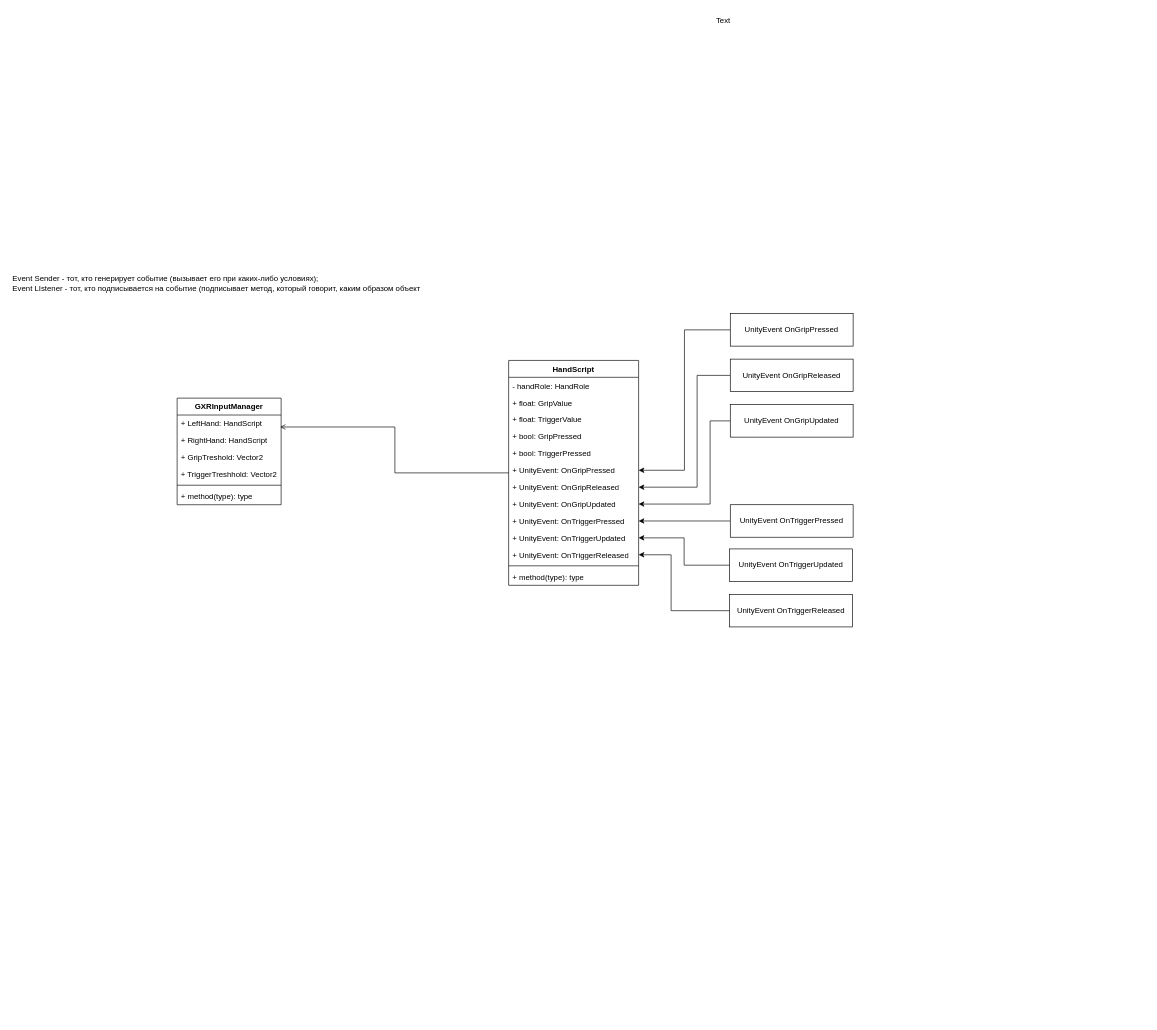
rusvlp/UML keeps this draw.io diagram as diagrams/Snowball.drawio. Above is the earlier version. Source tidied: cells renumbered, new cells numbered last; positions are measured from the earlier drawing's top-left corner, leaving out a move shared by most shapes. Both pictures are drawn from the tidied source at 65%, with x=0, y=0 at pixel (11, 11).
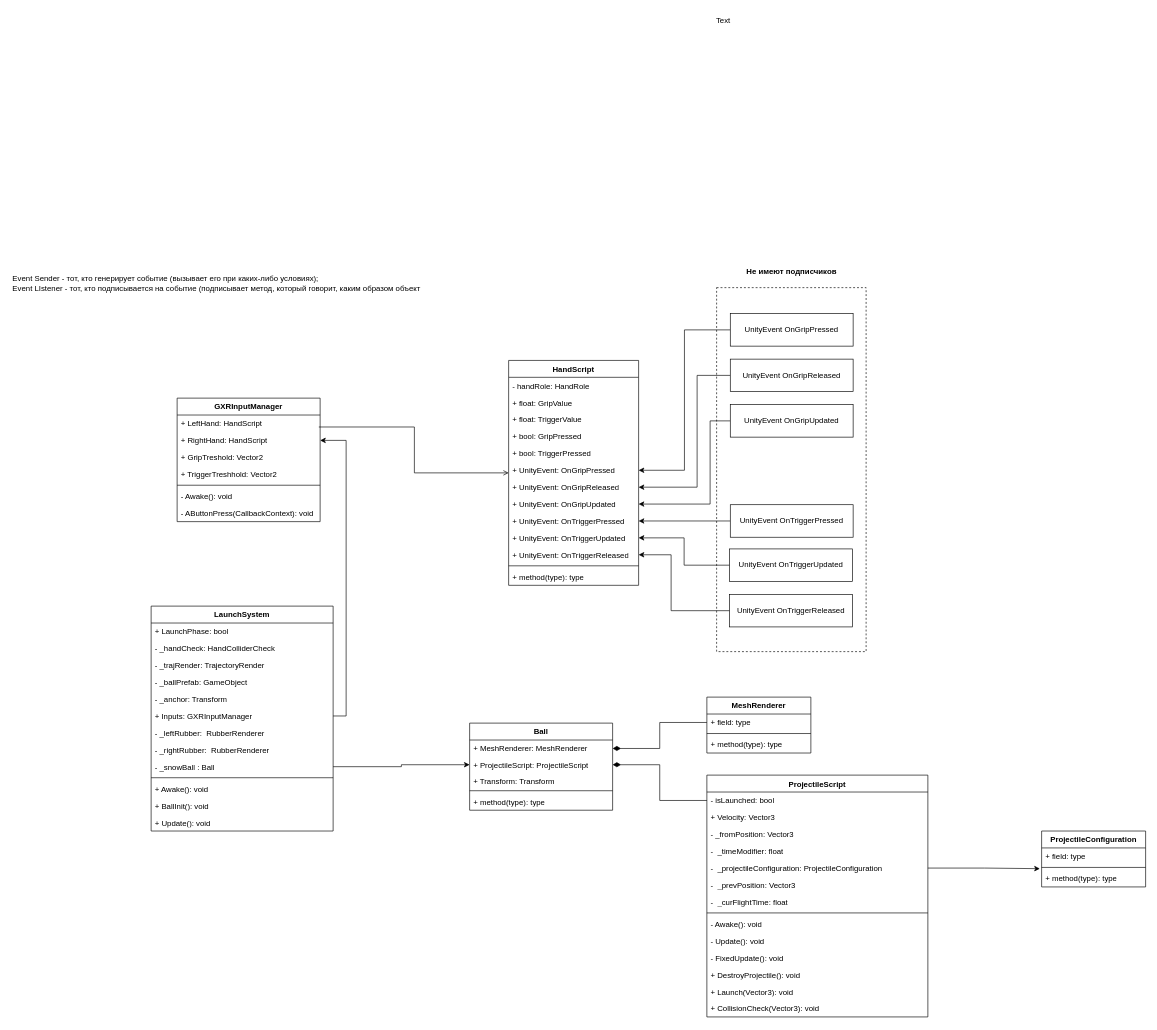
The same diagram, later.

Unchanged cells that the change refers to:
```xml
<mxCell id="10" value="HandScript" style="swimlane;fontStyle=1;align=center;verticalAlign=top;horizontal=1;startSize=26;whiteSpace=wrap;html=1;" parent="1" vertex="1">
  <mxGeometry x="765" y="537" width="200" height="346" as="geometry" />
</mxCell>
```

What changed in the source:
```diff
@@
     <mxCell id="2" value="GXRInputManager" style="swimlane;fontStyle=1;align=center;verticalAlign=top;horizontal=1;startSize=26;whiteSpace=wrap;html=1;" parent="1" vertex="1">
-      <mxGeometry x="255" y="595" width="160" height="164" as="geometry" />
+      <mxGeometry x="255" y="595" width="220" height="190" as="geometry" />
     </mxCell>
     <mxCell id="3" value="+ LeftHand: HandScript" style="text;strokeColor=none;fillColor=none;align=left;verticalAlign=top;spacingLeft=4;spacingRight=4;overflow=hidden;points=[[0,0.5],[1,0.5]];portConstraint=eastwest;whiteSpace=wrap;html=1;" parent="2" vertex="1">
-      <mxGeometry y="26" width="160" height="26" as="geometry" />
+      <mxGeometry y="26" width="220" height="26" as="geometry" />
     </mxCell>
     <mxCell id="4" value="+ RightHand: HandScript" style="text;strokeColor=none;fillColor=none;align=left;verticalAlign=top;spacingLeft=4;spacingRight=4;overflow=hidden;points=[[0,0.5],[1,0.5]];portConstraint=eastwest;whiteSpace=wrap;html=1;" parent="2" vertex="1">
-      <mxGeometry y="52" width="160" height="26" as="geometry" />
+      <mxGeometry y="52" width="220" height="26" as="geometry" />
     </mxCell>
     <mxCell id="5" value="+ GripTreshold: Vector2" style="text;strokeColor=none;fillColor=none;align=left;verticalAlign=top;spacingLeft=4;spacingRight=4;overflow=hidden;whiteSpace=wrap;html=1;" parent="2" vertex="1">
-      <mxGeometry y="78" width="160" height="26" as="geometry" />
+      <mxGeometry y="78" width="220" height="26" as="geometry" />
     </mxCell>
     <mxCell id="6" value="+ TriggerTreshhold: Vector2" style="text;strokeColor=none;fillColor=none;align=left;verticalAlign=top;spacingLeft=4;spacingRight=4;overflow=hidden;whiteSpace=wrap;html=1;" parent="2" vertex="1">
-      <mxGeometry y="104" width="160" height="26" as="geometry" />
+      <mxGeometry y="104" width="220" height="26" as="geometry" />
     </mxCell>
     <mxCell id="7" style="line;strokeWidth=1;fillColor=none;align=left;verticalAlign=middle;spacingTop=-1;spacingLeft=3;spacingRight=3;labelPosition=right;strokeColor=inherit;" parent="2" vertex="1">
-      <mxGeometry y="130" width="160" height="8" as="geometry" />
+      <mxGeometry y="130" width="220" height="8" as="geometry" />
     </mxCell>
-    <mxCell id="8" value="+ method(type): type" style="text;strokeColor=none;fillColor=none;align=left;verticalAlign=top;spacingLeft=4;spacingRight=4;overflow=hidden;whiteSpace=wrap;html=1;" parent="2" vertex="1">
-      <mxGeometry y="138" width="160" height="26" as="geometry" />
+    <mxCell id="8" value="- Awake(): void" style="text;strokeColor=none;fillColor=none;align=left;verticalAlign=top;spacingLeft=4;spacingRight=4;overflow=hidden;whiteSpace=wrap;html=1;" parent="2" vertex="1">
+      <mxGeometry y="138" width="220" height="26" as="geometry" />
     </mxCell>
+    <mxCell id="38" value="- AButtonPress(CallbackContext): void" style="text;strokeColor=none;fillColor=none;align=left;verticalAlign=top;spacingLeft=4;spacingRight=4;overflow=hidden;whiteSpace=wrap;html=1;" parent="2" vertex="1">
+      <mxGeometry y="164" width="220" height="26" as="geometry" />
+    </mxCell>
-    <mxCell id="9" style="edgeStyle=orthogonalEdgeStyle;rounded=0;jettySize=auto;html=1;entryX=0.991;entryY=0.708;entryDx=0;entryDy=0;entryPerimeter=0;endArrow=open;endFill=0;" parent="1" edge="1" source="10" target="3">
+    <mxCell id="9" style="edgeStyle=orthogonalEdgeStyle;rounded=0;jettySize=auto;html=1;entryX=0.991;entryY=0.708;entryDx=0;entryDy=0;entryPerimeter=0;endArrow=none;endFill=0;startArrow=open;startFill=0;" parent="1" edge="1" source="10" target="3">
       <mxGeometry relative="1" as="geometry" />
     </mxCell>
@@
+    <mxCell id="39" style="rounded=0;whiteSpace=wrap;html=1;fillColor=none;dashed=1;" parent="1" vertex="1">
+      <mxGeometry x="1085" y="425" width="230" height="560" as="geometry" />
+    </mxCell>
+    <mxCell id="40" value="&lt;b&gt;Не имеют подписчиков&lt;/b&gt;" style="text;html=1;align=center;verticalAlign=middle;strokeColor=none;fillColor=none;" parent="1" vertex="1">
+      <mxGeometry x="1119.5" y="385" width="160" height="30" as="geometry" />
+    </mxCell>
+    <mxCell id="41" value="LaunchSystem" style="swimlane;fontStyle=1;align=center;verticalAlign=top;horizontal=1;startSize=26;whiteSpace=wrap;html=1;" parent="1" vertex="1">
+      <mxGeometry x="215" y="915" width="280" height="346" as="geometry" />
+    </mxCell>
+    <mxCell id="42" value="+ LaunchPhase: bool" style="text;strokeColor=none;fillColor=none;align=left;verticalAlign=top;spacingLeft=4;spacingRight=4;overflow=hidden;whiteSpace=wrap;html=1;" parent="41" vertex="1">
+      <mxGeometry y="26" width="280" height="26" as="geometry" />
+    </mxCell>
+    <mxCell id="43" value="- _handCheck: HandColliderCheck&amp;nbsp;" style="text;strokeColor=none;fillColor=none;align=left;verticalAlign=top;spacingLeft=4;spacingRight=4;overflow=hidden;whiteSpace=wrap;html=1;" parent="41" vertex="1">
+      <mxGeometry y="52" width="280" height="26" as="geometry" />
+    </mxCell>
+    <mxCell id="44" value="- _trajRender: TrajectoryRender" style="text;strokeColor=none;fillColor=none;align=left;verticalAlign=top;spacingLeft=4;spacingRight=4;overflow=hidden;whiteSpace=wrap;html=1;" parent="41" vertex="1">
+      <mxGeometry y="78" width="280" height="26" as="geometry" />
+    </mxCell>
+    <mxCell id="45" value="-&amp;nbsp;_ballPrefab:&amp;nbsp;GameObject&amp;nbsp;" style="text;strokeColor=none;fillColor=none;align=left;verticalAlign=top;spacingLeft=4;spacingRight=4;overflow=hidden;whiteSpace=wrap;html=1;" parent="41" vertex="1">
+      <mxGeometry y="104" width="280" height="26" as="geometry" />
+    </mxCell>
+    <mxCell id="46" value="- _anchor: Transform&lt;br&gt;&amp;nbsp;" style="text;strokeColor=none;fillColor=none;align=left;verticalAlign=top;spacingLeft=4;spacingRight=4;overflow=hidden;whiteSpace=wrap;html=1;" parent="41" vertex="1">
+      <mxGeometry y="130" width="280" height="26" as="geometry" />
+    </mxCell>
+    <mxCell id="47" value="+ Inputs: GXRInputManager&lt;br&gt;&amp;nbsp;" style="text;strokeColor=none;fillColor=none;align=left;verticalAlign=top;spacingLeft=4;spacingRight=4;overflow=hidden;points=[[0,0.5],[1,0.5]];portConstraint=eastwest;whiteSpace=wrap;html=1;" parent="41" vertex="1">
+      <mxGeometry y="156" width="280" height="26" as="geometry" />
+    </mxCell>
+    <mxCell id="48" value="- _leftRubber:&amp;nbsp; RubberRenderer&lt;br&gt;&amp;nbsp;" style="text;strokeColor=none;fillColor=none;align=left;verticalAlign=top;spacingLeft=4;spacingRight=4;overflow=hidden;whiteSpace=wrap;html=1;" parent="41" vertex="1">
+      <mxGeometry y="182" width="280" height="26" as="geometry" />
+    </mxCell>
+    <mxCell id="49" value="- _rightRubber:&amp;nbsp; RubberRenderer&lt;br&gt;&amp;nbsp;" style="text;strokeColor=none;fillColor=none;align=left;verticalAlign=top;spacingLeft=4;spacingRight=4;overflow=hidden;whiteSpace=wrap;html=1;" parent="41" vertex="1">
+      <mxGeometry y="208" width="280" height="26" as="geometry" />
+    </mxCell>
+    <mxCell id="50" value="- _snowBall : Ball&lt;br&gt;&amp;nbsp;" style="text;strokeColor=none;fillColor=none;align=left;verticalAlign=top;spacingLeft=4;spacingRight=4;overflow=hidden;points=[[0,0.5],[1,0.5]];portConstraint=eastwest;whiteSpace=wrap;html=1;" parent="41" vertex="1">
+      <mxGeometry y="234" width="280" height="26" as="geometry" />
+    </mxCell>
+    <mxCell id="51" style="line;strokeWidth=1;fillColor=none;align=left;verticalAlign=middle;spacingTop=-1;spacingLeft=3;spacingRight=3;labelPosition=right;strokeColor=inherit;" parent="41" vertex="1">
+      <mxGeometry y="260" width="280" height="8" as="geometry" />
+    </mxCell>
+    <mxCell id="52" value="+ Awake(): void" style="text;strokeColor=none;fillColor=none;align=left;verticalAlign=top;spacingLeft=4;spacingRight=4;overflow=hidden;whiteSpace=wrap;html=1;" parent="41" vertex="1">
+      <mxGeometry y="268" width="280" height="26" as="geometry" />
+    </mxCell>
+    <mxCell id="53" value="+ BallInit(): void&lt;br&gt;" style="text;strokeColor=none;fillColor=none;align=left;verticalAlign=top;spacingLeft=4;spacingRight=4;overflow=hidden;whiteSpace=wrap;html=1;" parent="41" vertex="1">
+      <mxGeometry y="294" width="280" height="26" as="geometry" />
+    </mxCell>
+    <mxCell id="54" value="+ Update(): void" style="text;strokeColor=none;fillColor=none;align=left;verticalAlign=top;spacingLeft=4;spacingRight=4;overflow=hidden;whiteSpace=wrap;html=1;" parent="41" vertex="1">
+      <mxGeometry y="320" width="280" height="26" as="geometry" />
+    </mxCell>
+    <mxCell id="55" style="edgeStyle=orthogonalEdgeStyle;rounded=0;jettySize=auto;html=1;entryX=1;entryY=0.5;entryDx=0;entryDy=0;" parent="1" edge="1" source="47" target="4">
+      <mxGeometry relative="1" as="geometry" />
+    </mxCell>
+    <mxCell id="56" value="Ball" style="swimlane;fontStyle=1;align=center;verticalAlign=top;horizontal=1;startSize=26;whiteSpace=wrap;html=1;" parent="1" vertex="1">
+      <mxGeometry x="705" y="1095" width="220" height="134" as="geometry" />
+    </mxCell>
+    <mxCell id="57" value="+ MeshRenderer: MeshRenderer" style="text;strokeColor=none;fillColor=none;align=left;verticalAlign=top;spacingLeft=4;spacingRight=4;overflow=hidden;points=[[0,0.5],[1,0.5]];portConstraint=eastwest;whiteSpace=wrap;html=1;" parent="56" vertex="1">
+      <mxGeometry y="26" width="220" height="26" as="geometry" />
+    </mxCell>
+    <mxCell id="58" value="+ ProjectileScript: ProjectileScript" style="text;strokeColor=none;fillColor=none;align=left;verticalAlign=top;spacingLeft=4;spacingRight=4;overflow=hidden;points=[[0,0.5],[1,0.5]];portConstraint=eastwest;whiteSpace=wrap;html=1;" parent="56" vertex="1">
+      <mxGeometry y="52" width="220" height="24" as="geometry" />
+    </mxCell>
+    <mxCell id="59" value="+ Transform: Transform" style="text;strokeColor=none;fillColor=none;align=left;verticalAlign=top;spacingLeft=4;spacingRight=4;overflow=hidden;whiteSpace=wrap;html=1;" parent="56" vertex="1">
+      <mxGeometry y="76" width="220" height="24" as="geometry" />
+    </mxCell>
+    <mxCell id="60" style="line;strokeWidth=1;fillColor=none;align=left;verticalAlign=middle;spacingTop=-1;spacingLeft=3;spacingRight=3;labelPosition=right;strokeColor=inherit;" parent="56" vertex="1">
+      <mxGeometry y="100" width="220" height="8" as="geometry" />
+    </mxCell>
+    <mxCell id="61" value="+ method(type): type" style="text;strokeColor=none;fillColor=none;align=left;verticalAlign=top;spacingLeft=4;spacingRight=4;overflow=hidden;whiteSpace=wrap;html=1;" parent="56" vertex="1">
+      <mxGeometry y="108" width="220" height="26" as="geometry" />
+    </mxCell>
+    <mxCell id="62" style="edgeStyle=orthogonalEdgeStyle;rounded=0;jettySize=auto;html=1;exitX=1;exitY=0.5;exitDx=0;exitDy=0;" parent="1" edge="1" source="50" target="58">
+      <mxGeometry relative="1" as="geometry" />
+    </mxCell>
+    <mxCell id="63" value="MeshRenderer" style="swimlane;fontStyle=1;align=center;verticalAlign=top;horizontal=1;startSize=26;whiteSpace=wrap;html=1;" parent="1" vertex="1">
+      <mxGeometry x="1070" y="1055" width="160" height="86" as="geometry" />
+    </mxCell>
+    <mxCell id="64" value="+ field: type" style="text;strokeColor=none;fillColor=none;align=left;verticalAlign=top;spacingLeft=4;spacingRight=4;overflow=hidden;points=[[0,0.5],[1,0.5]];portConstraint=eastwest;whiteSpace=wrap;html=1;" parent="63" vertex="1">
+      <mxGeometry y="26" width="160" height="26" as="geometry" />
+    </mxCell>
+    <mxCell id="65" style="line;strokeWidth=1;fillColor=none;align=left;verticalAlign=middle;spacingTop=-1;spacingLeft=3;spacingRight=3;labelPosition=right;strokeColor=inherit;" parent="63" vertex="1">
+      <mxGeometry y="52" width="160" height="8" as="geometry" />
+    </mxCell>
+    <mxCell id="66" value="+ method(type): type" style="text;strokeColor=none;fillColor=none;align=left;verticalAlign=top;spacingLeft=4;spacingRight=4;overflow=hidden;whiteSpace=wrap;html=1;" parent="63" vertex="1">
+      <mxGeometry y="60" width="160" height="26" as="geometry" />
+    </mxCell>
+    <mxCell id="67" value="ProjectileScript" style="swimlane;fontStyle=1;align=center;verticalAlign=top;horizontal=1;startSize=26;whiteSpace=wrap;html=1;" parent="1" vertex="1">
+      <mxGeometry x="1070" y="1175" width="340" height="372" as="geometry" />
+    </mxCell>
+    <mxCell id="68" value="- isLaunched: bool" style="text;strokeColor=none;fillColor=none;align=left;verticalAlign=top;spacingLeft=4;spacingRight=4;overflow=hidden;points=[[0,0.5],[1,0.5]];portConstraint=eastwest;whiteSpace=wrap;html=1;" parent="67" vertex="1">
+      <mxGeometry y="26" width="340" height="26" as="geometry" />
+    </mxCell>
+    <mxCell id="69" value="+ Velocity: Vector3" style="text;strokeColor=none;fillColor=none;align=left;verticalAlign=top;spacingLeft=4;spacingRight=4;overflow=hidden;whiteSpace=wrap;html=1;" parent="67" vertex="1">
+      <mxGeometry y="52" width="340" height="26" as="geometry" />
+    </mxCell>
+    <mxCell id="70" value="- _fromPosition: Vector3" style="text;strokeColor=none;fillColor=none;align=left;verticalAlign=top;spacingLeft=4;spacingRight=4;overflow=hidden;whiteSpace=wrap;html=1;" parent="67" vertex="1">
+      <mxGeometry y="78" width="340" height="26" as="geometry" />
+    </mxCell>
+    <mxCell id="71" value="-&amp;nbsp; _timeModifier: float" style="text;strokeColor=none;fillColor=none;align=left;verticalAlign=top;spacingLeft=4;spacingRight=4;overflow=hidden;whiteSpace=wrap;html=1;" parent="67" vertex="1">
+      <mxGeometry y="104" width="340" height="26" as="geometry" />
+    </mxCell>
+    <mxCell id="72" value="-&amp;nbsp; _projectileConfiguration: ProjectileConfiguration" style="text;strokeColor=none;fillColor=none;align=left;verticalAlign=top;spacingLeft=4;spacingRight=4;overflow=hidden;points=[[0,0.5],[1,0.5]];portConstraint=eastwest;whiteSpace=wrap;html=1;" parent="67" vertex="1">
+      <mxGeometry y="130" width="340" height="26" as="geometry" />
+    </mxCell>
+    <mxCell id="73" value="-&amp;nbsp; _prevPosition: Vector3" style="text;strokeColor=none;fillColor=none;align=left;verticalAlign=top;spacingLeft=4;spacingRight=4;overflow=hidden;whiteSpace=wrap;html=1;" parent="67" vertex="1">
+      <mxGeometry y="156" width="340" height="26" as="geometry" />
+    </mxCell>
+    <mxCell id="74" value="-&amp;nbsp; _curFlightTime: float" style="text;strokeColor=none;fillColor=none;align=left;verticalAlign=top;spacingLeft=4;spacingRight=4;overflow=hidden;whiteSpace=wrap;html=1;" parent="67" vertex="1">
+      <mxGeometry y="182" width="340" height="26" as="geometry" />
+    </mxCell>
+    <mxCell id="75" style="line;strokeWidth=1;fillColor=none;align=left;verticalAlign=middle;spacingTop=-1;spacingLeft=3;spacingRight=3;labelPosition=right;strokeColor=inherit;" parent="67" vertex="1">
+      <mxGeometry y="208" width="340" height="8" as="geometry" />
+    </mxCell>
+    <mxCell id="76" value="- Awake(): void" style="text;strokeColor=none;fillColor=none;align=left;verticalAlign=top;spacingLeft=4;spacingRight=4;overflow=hidden;whiteSpace=wrap;html=1;" parent="67" vertex="1">
+      <mxGeometry y="216" width="340" height="26" as="geometry" />
+    </mxCell>
+    <mxCell id="77" value="- Update(): void" style="text;strokeColor=none;fillColor=none;align=left;verticalAlign=top;spacingLeft=4;spacingRight=4;overflow=hidden;whiteSpace=wrap;html=1;" parent="67" vertex="1">
+      <mxGeometry y="242" width="340" height="26" as="geometry" />
+    </mxCell>
+    <mxCell id="78" value="- FixedUpdate(): void" style="text;strokeColor=none;fillColor=none;align=left;verticalAlign=top;spacingLeft=4;spacingRight=4;overflow=hidden;whiteSpace=wrap;html=1;" parent="67" vertex="1">
+      <mxGeometry y="268" width="340" height="26" as="geometry" />
+    </mxCell>
+    <mxCell id="79" value="+ DestroyProjectile(): void" style="text;strokeColor=none;fillColor=none;align=left;verticalAlign=top;spacingLeft=4;spacingRight=4;overflow=hidden;whiteSpace=wrap;html=1;" parent="67" vertex="1">
+      <mxGeometry y="294" width="340" height="26" as="geometry" />
+    </mxCell>
+    <mxCell id="80" value="+ Launch(Vector3): void" style="text;strokeColor=none;fillColor=none;align=left;verticalAlign=top;spacingLeft=4;spacingRight=4;overflow=hidden;whiteSpace=wrap;html=1;" parent="67" vertex="1">
+      <mxGeometry y="320" width="340" height="26" as="geometry" />
+    </mxCell>
+    <mxCell id="81" value="+ CollisionCheck(Vector3): void" style="text;strokeColor=none;fillColor=none;align=left;verticalAlign=top;spacingLeft=4;spacingRight=4;overflow=hidden;whiteSpace=wrap;html=1;" parent="67" vertex="1">
+      <mxGeometry y="346" width="340" height="26" as="geometry" />
+    </mxCell>
+    <mxCell id="82" style="edgeStyle=orthogonalEdgeStyle;rounded=0;jettySize=auto;html=1;exitX=0;exitY=0.5;exitDx=0;exitDy=0;entryX=1;entryY=0.5;entryDx=0;entryDy=0;endArrow=diamondThin;endFill=1;endSize=10;" parent="1" edge="1" source="64" target="57">
+      <mxGeometry relative="1" as="geometry" />
+    </mxCell>
+    <mxCell id="83" style="edgeStyle=orthogonalEdgeStyle;rounded=0;jettySize=auto;html=1;exitX=0;exitY=0.5;exitDx=0;exitDy=0;entryX=1;entryY=0.5;entryDx=0;entryDy=0;endArrow=diamondThin;endFill=1;endSize=10;" parent="1" edge="1" source="68" target="58">
+      <mxGeometry relative="1" as="geometry" />
+    </mxCell>
+    <mxCell id="84" value="ProjectileConfiguration" style="swimlane;fontStyle=1;align=center;verticalAlign=top;horizontal=1;startSize=26;whiteSpace=wrap;html=1;" parent="1" vertex="1">
+      <mxGeometry x="1585" y="1261" width="160" height="86" as="geometry" />
+    </mxCell>
+    <mxCell id="85" value="+ field: type" style="text;strokeColor=none;fillColor=none;align=left;verticalAlign=top;spacingLeft=4;spacingRight=4;overflow=hidden;whiteSpace=wrap;html=1;" parent="84" vertex="1">
+      <mxGeometry y="26" width="160" height="26" as="geometry" />
+    </mxCell>
+    <mxCell id="86" style="line;strokeWidth=1;fillColor=none;align=left;verticalAlign=middle;spacingTop=-1;spacingLeft=3;spacingRight=3;labelPosition=right;strokeColor=inherit;" parent="84" vertex="1">
+      <mxGeometry y="52" width="160" height="8" as="geometry" />
+    </mxCell>
+    <mxCell id="87" value="+ method(type): type" style="text;strokeColor=none;fillColor=none;align=left;verticalAlign=top;spacingLeft=4;spacingRight=4;overflow=hidden;points=[[0,0.5],[1,0.5]];portConstraint=eastwest;whiteSpace=wrap;html=1;" parent="84" vertex="1">
+      <mxGeometry y="60" width="160" height="26" as="geometry" />
+    </mxCell>
+    <mxCell id="88" style="edgeStyle=orthogonalEdgeStyle;rounded=0;jettySize=auto;html=1;exitX=1;exitY=0.5;exitDx=0;exitDy=0;entryX=-0.017;entryY=-0.08;entryDx=0;entryDy=0;entryPerimeter=0;" parent="1" edge="1" source="72" target="87">
+      <mxGeometry relative="1" as="geometry" />
+    </mxCell>
```
